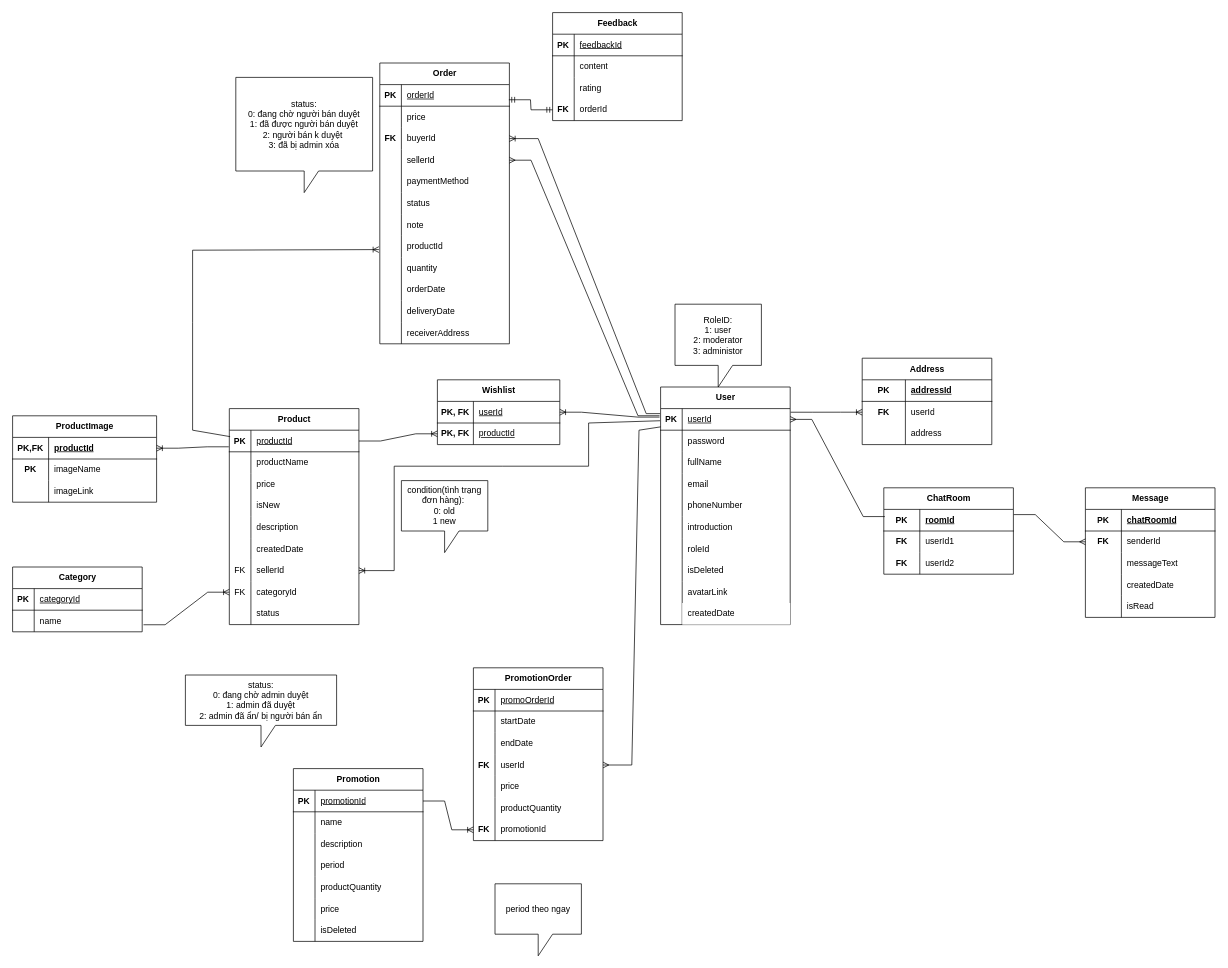
Earlier version of the draw.io diagram document/ERDPhysic.drawio (annguyenbinh03/FUFleamarket). Source tidied: cells renumbered, new cells numbered last; positions are measured from the earlier drawing's top-left corner, leaving out a move shared by most shapes. Both pictures are drawn from the tidied source at 72%, with x=0, y=0 at pixel (12, 12).
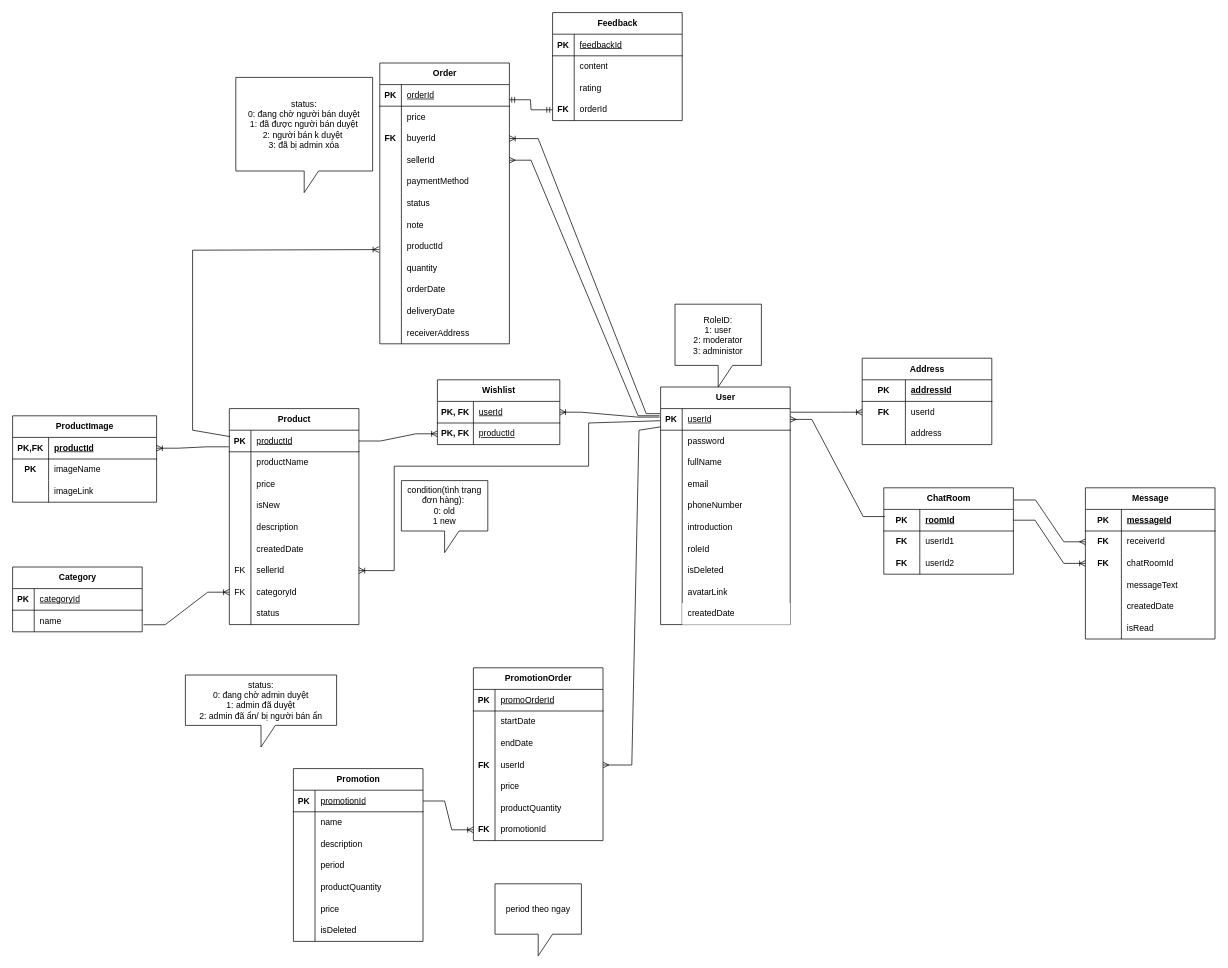
After the change.

Unchanged cells that the change refers to:
```xml
<mxCell id="166" style="shape=tableRow;horizontal=0;startSize=0;swimlaneHead=0;swimlaneBody=0;fillColor=none;top=0;left=0;right=0;bottom=1;" parent="165" vertex="1">
  <mxGeometry y="30" width="180" height="30" as="geometry" />
</mxCell>
<mxCell id="169" style="shape=tableRow;horizontal=0;startSize=0;swimlaneHead=0;swimlaneBody=0;fillColor=none;points=[[0,0.5],[1,0.5]];portConstraint=eastwest;top=0;left=0;right=0;bottom=0;" parent="165" vertex="1">
  <mxGeometry y="60" width="180" height="30" as="geometry" />
</mxCell>
<mxCell id="222" value="ChatRoom" style="shape=table;startSize=30;childLayout=tableLayout;rowLines=0;fontStyle=1;align=center;html=1;" parent="1" vertex="1">
  <mxGeometry x="1210" y="660" width="180" height="120" as="geometry" />
</mxCell>
<mxCell id="223" style="shape=tableRow;horizontal=0;startSize=0;swimlaneHead=0;swimlaneBody=0;fillColor=none;points=[[0,0.5],[1,0.5]];portConstraint=eastwest;top=0;left=0;right=0;bottom=1;" parent="222" vertex="1">
  <mxGeometry y="30" width="180" height="30" as="geometry" />
</mxCell>
```

The edit, as a diff of the source:
```diff
@@
     <mxCell id="165" value="Message" style="shape=table;startSize=30;childLayout=tableLayout;rowLines=0;fontStyle=1;align=center;html=1;" parent="1" vertex="1">
-      <mxGeometry x="1490" y="660" width="180" height="180" as="geometry" />
+      <mxGeometry x="1490" y="660" width="180" height="210" as="geometry" />
     </mxCell>
@@
-    <mxCell id="168" value="chatRoomId" style="shape=partialRectangle;fillColor=none;top=0;left=0;bottom=0;right=0;align=left;spacingLeft=6;fontStyle=5;overflow=hidden;whiteSpace=wrap;html=1;" parent="166" vertex="1">
+    <mxCell id="168" value="messageId" style="shape=partialRectangle;fillColor=none;top=0;left=0;bottom=0;right=0;align=left;spacingLeft=6;fontStyle=5;overflow=hidden;whiteSpace=wrap;html=1;" parent="166" vertex="1">
       <mxGeometry x="50" width="130" height="30" as="geometry" />
     </mxCell>
@@
-    <mxCell id="171" value="senderId" style="shape=partialRectangle;fillColor=none;top=0;left=0;bottom=0;right=0;align=left;spacingLeft=6;overflow=hidden;whiteSpace=wrap;html=1;" parent="169" vertex="1">
+    <mxCell id="171" value="receiverId" style="shape=partialRectangle;fillColor=none;top=0;left=0;bottom=0;right=0;align=left;spacingLeft=6;overflow=hidden;whiteSpace=wrap;html=1;" parent="169" vertex="1">
       <mxGeometry x="50" width="130" height="30" as="geometry" />
     </mxCell>
+    <mxCell id="234" style="shape=tableRow;horizontal=0;startSize=0;swimlaneHead=0;swimlaneBody=0;fillColor=none;points=[[0,0.5],[1,0.5]];portConstraint=eastwest;top=0;left=0;right=0;bottom=0;" parent="165" vertex="1">
+      <mxGeometry y="90" width="180" height="30" as="geometry" />
+    </mxCell>
+    <mxCell id="235" value="&lt;b&gt;FK&lt;/b&gt;" style="shape=partialRectangle;fillColor=none;top=0;left=0;bottom=0;right=0;overflow=hidden;whiteSpace=wrap;html=1;" parent="234" vertex="1">
+      <mxGeometry width="50" height="30" as="geometry" />
+    </mxCell>
+    <mxCell id="236" value="chatRoomId" style="shape=partialRectangle;fillColor=none;top=0;left=0;bottom=0;right=0;align=left;spacingLeft=6;overflow=hidden;whiteSpace=wrap;html=1;" parent="234" vertex="1">
+      <mxGeometry x="50" width="130" height="30" as="geometry" />
+    </mxCell>
     <mxCell id="172" style="shape=tableRow;horizontal=0;startSize=0;swimlaneHead=0;swimlaneBody=0;fillColor=none;top=0;left=0;right=0;bottom=0;" parent="165" vertex="1">
-      <mxGeometry y="90" width="180" height="30" as="geometry" />
+      <mxGeometry y="120" width="180" height="30" as="geometry" />
     </mxCell>
@@
     <mxCell id="175" style="shape=tableRow;horizontal=0;startSize=0;swimlaneHead=0;swimlaneBody=0;fillColor=none;top=0;left=0;right=0;bottom=0;" parent="165" vertex="1">
-      <mxGeometry y="120" width="180" height="30" as="geometry" />
+      <mxGeometry y="150" width="180" height="30" as="geometry" />
     </mxCell>
@@
     <mxCell id="178" style="shape=tableRow;horizontal=0;startSize=0;swimlaneHead=0;swimlaneBody=0;fillColor=none;top=0;left=0;right=0;bottom=0;" parent="165" vertex="1">
-      <mxGeometry y="150" width="180" height="30" as="geometry" />
+      <mxGeometry y="180" width="180" height="30" as="geometry" />
     </mxCell>
@@
-    <mxCell id="233" style="edgeStyle=entityRelationEdgeStyle;fontSize=12;html=1;endArrow=ERmany;rounded=0;exitX=1.002;exitY=0.241;exitDx=0;exitDy=0;exitPerimeter=0;entryX=0;entryY=0.5;entryDx=0;entryDy=0;" parent="1" edge="1" source="223" target="169">
+    <mxCell id="233" style="edgeStyle=entityRelationEdgeStyle;fontSize=12;html=1;endArrow=ERmany;rounded=0;exitX=1.004;exitY=0.141;exitDx=0;exitDy=0;exitPerimeter=0;entryX=0;entryY=0.5;entryDx=0;entryDy=0;" parent="1" edge="1" source="222" target="169">
       <mxGeometry relative="1" as="geometry" />
     </mxCell>
+    <mxCell id="237" style="edgeStyle=entityRelationEdgeStyle;fontSize=12;html=1;endArrow=ERoneToMany;rounded=0;exitX=1;exitY=0.5;exitDx=0;exitDy=0;entryX=0;entryY=0.5;entryDx=0;entryDy=0;" parent="1" edge="1" source="223" target="234">
+      <mxGeometry relative="1" as="geometry" />
+    </mxCell>
```
